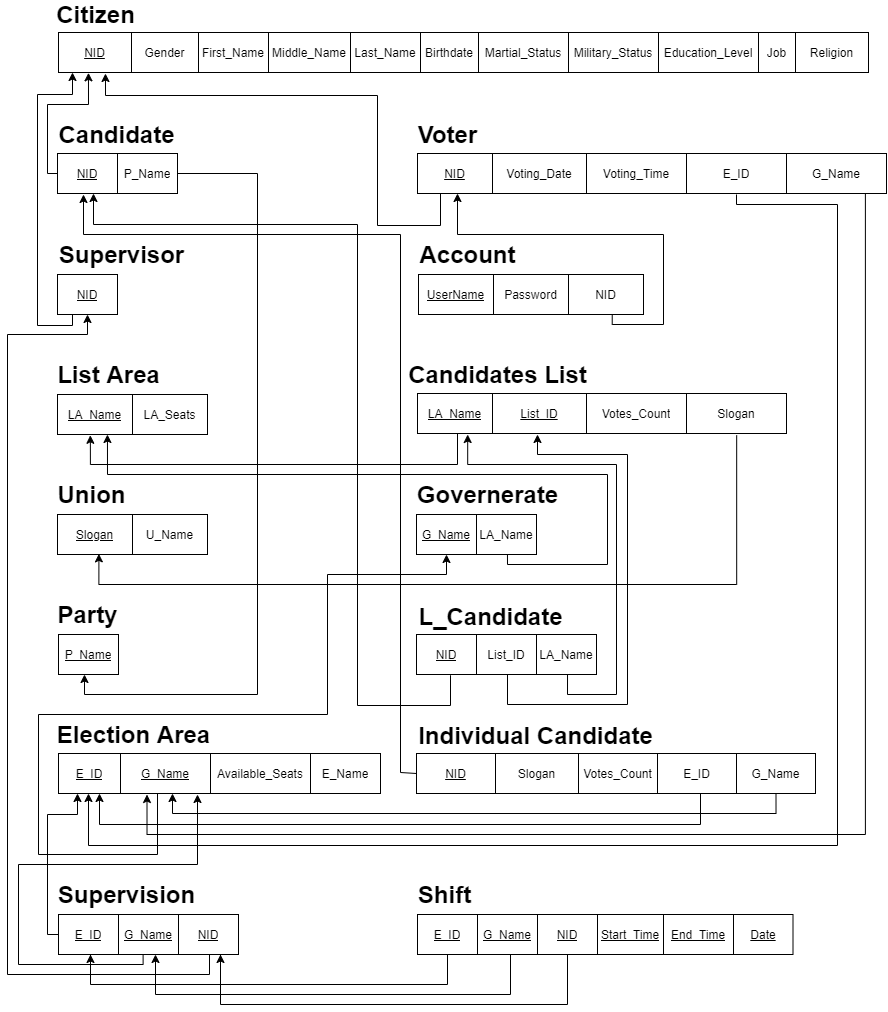
Earlier version of the draw.io export schema.png (ziad-khobeiz/e-voting-system). Source tidied: cells renumbered, new cells last; positions are measured from the earlier drawing's top-left corner, leaving out a move shared by most shapes.
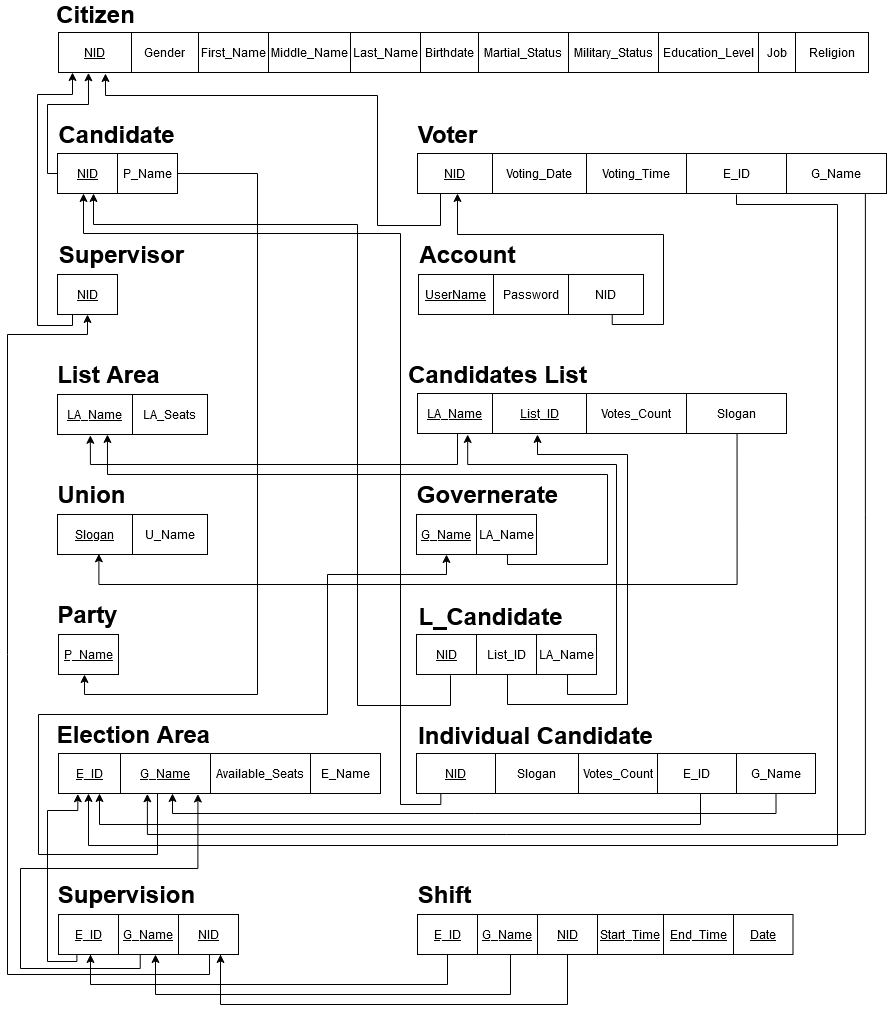
Above is the later version.

The edit, as a diff of the source:
```diff
@@ -294,13 +294,14 @@
     <mxCell id="89" value="&lt;font size=&quot;1&quot;&gt;&lt;b style=&quot;font-size: 24px&quot;&gt;Individual Candidate&lt;/b&gt;&lt;/font&gt;" style="text;html=1;align=center;verticalAlign=middle;" parent="1" vertex="1">
       <mxGeometry x="403" y="721" width="250" height="20" as="geometry" />
     </mxCell>
-    <mxCell id="90" style="edgeStyle=orthogonalEdgeStyle;rounded=0;jettySize=auto;html=1;exitX=0;exitY=0.5;exitDx=0;exitDy=0;" parent="1" edge="1" source="83">
+    <mxCell id="90" style="edgeStyle=orthogonalEdgeStyle;rounded=0;jettySize=auto;html=1;exitX=0.061;exitY=1.008;exitDx=0;exitDy=0;exitPerimeter=0;" parent="1" edge="1" source="83">
       <mxGeometry relative="1" as="geometry">
-        <mxPoint x="76" y="190" as="targetPoint" />
+        <mxPoint x="76" y="189" as="targetPoint" />
         <Array as="points">
-          <mxPoint x="393" y="768" />
-          <mxPoint x="393" y="230" />
-          <mxPoint x="76" y="230" />
+          <mxPoint x="433" y="800" />
+          <mxPoint x="393" y="800" />
+          <mxPoint x="393" y="229" />
+          <mxPoint x="76" y="229" />
         </Array>
       </mxGeometry>
     </mxCell>
@@ -351,9 +352,8 @@
         </Array>
       </mxGeometry>
     </mxCell>
-    <mxCell id="96" style="edgeStyle=orthogonalEdgeStyle;rounded=0;jettySize=auto;html=1;exitX=0.955;exitY=1.008;exitDx=0;exitDy=0;exitPerimeter=0;" parent="1" edge="1" source="55">
+    <mxCell id="96" style="edgeStyle=orthogonalEdgeStyle;rounded=0;jettySize=auto;html=1;exitX=0.955;exitY=1.008;exitDx=0;exitDy=0;exitPerimeter=0;entryX=0.276;entryY=1.008;entryDx=0;entryDy=0;entryPerimeter=0;" parent="1" edge="1" source="55" target="42">
       <mxGeometry relative="1" as="geometry">
-        <mxPoint x="139.5" y="790" as="targetPoint" />
         <Array as="points">
           <mxPoint x="858" y="830" />
           <mxPoint x="140" y="830" />
@@ -393,10 +393,10 @@
         </Array>
       </mxGeometry>
     </mxCell>
-    <mxCell id="100" style="edgeStyle=orthogonalEdgeStyle;rounded=0;jettySize=auto;html=1;exitX=0.865;exitY=1.045;exitDx=0;exitDy=0;entryX=0.276;entryY=0.984;entryDx=0;entryDy=0;entryPerimeter=0;exitPerimeter=0;" parent="1" edge="1" source="49" target="33">
+    <mxCell id="100" style="edgeStyle=orthogonalEdgeStyle;rounded=0;jettySize=auto;html=1;exitX=0.866;exitY=0.997;exitDx=0;exitDy=0;entryX=0.276;entryY=0.984;entryDx=0;entryDy=0;entryPerimeter=0;exitPerimeter=0;" parent="1" edge="1" source="49" target="33">
       <mxGeometry relative="1" as="geometry">
         <Array as="points">
-          <mxPoint x="729" y="580" />
+          <mxPoint x="730" y="580" />
           <mxPoint x="91" y="580" />
         </Array>
       </mxGeometry>
@@ -440,23 +440,23 @@
     <mxCell id="108" value="&lt;font style=&quot;font-size: 24px&quot;&gt;&lt;b&gt;Supervision&lt;/b&gt;&lt;/font&gt;" style="text;html=1;align=center;verticalAlign=middle;" parent="1" vertex="1">
       <mxGeometry x="44" y="880" width="150" height="20" as="geometry" />
     </mxCell>
-    <mxCell id="109" style="edgeStyle=orthogonalEdgeStyle;rounded=0;jettySize=auto;html=1;exitX=0;exitY=0.5;exitDx=0;exitDy=0;" parent="1" edge="1" source="104" target="42">
+    <mxCell id="109" style="edgeStyle=orthogonalEdgeStyle;rounded=0;jettySize=auto;html=1;exitX=0.102;exitY=1.002;exitDx=0;exitDy=0;exitPerimeter=0;entryX=0.06;entryY=1.008;entryDx=0;entryDy=0;entryPerimeter=0;" parent="1" edge="1" source="104" target="42">
       <mxGeometry relative="1" as="geometry">
         <Array as="points">
-          <mxPoint x="40" y="930" />
-          <mxPoint x="40" y="810" />
-          <mxPoint x="70" y="810" />
+          <mxPoint x="69" y="957" />
+          <mxPoint x="40" y="957" />
+          <mxPoint x="40" y="806" />
+          <mxPoint x="70" y="806" />
         </Array>
       </mxGeometry>
     </mxCell>
-    <mxCell id="110" style="edgeStyle=orthogonalEdgeStyle;rounded=0;jettySize=auto;html=1;exitX=0.47;exitY=1.001;exitDx=0;exitDy=0;exitPerimeter=0;" parent="1" edge="1" source="104">
+    <mxCell id="110" style="edgeStyle=orthogonalEdgeStyle;rounded=0;jettySize=auto;html=1;exitX=0.454;exitY=1.009;exitDx=0;exitDy=0;exitPerimeter=0;entryX=0.433;entryY=1.013;entryDx=0;entryDy=0;entryPerimeter=0;" parent="1" edge="1" source="103" target="42">
       <mxGeometry relative="1" as="geometry">
-        <mxPoint x="190" y="790" as="targetPoint" />
         <Array as="points">
-          <mxPoint x="136" y="960" />
-          <mxPoint x="11" y="960" />
-          <mxPoint x="11" y="860" />
-          <mxPoint x="190" y="860" />
+          <mxPoint x="133" y="964" />
+          <mxPoint x="13" y="964" />
+          <mxPoint x="13" y="864" />
+          <mxPoint x="190" y="864" />
         </Array>
       </mxGeometry>
     </mxCell>
```
